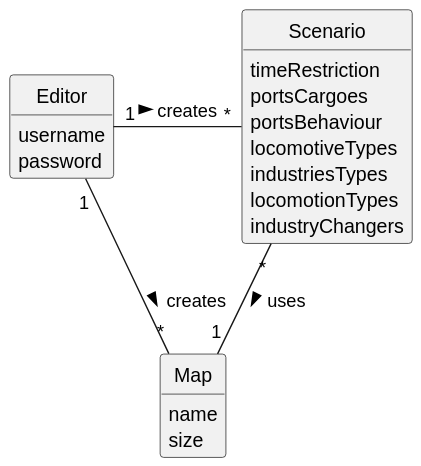
Above: Sprint2/US004/02.analysis/svg/US004-DM.svg in 1240935/pi2-railway-simulator (PlantUML), before the change.
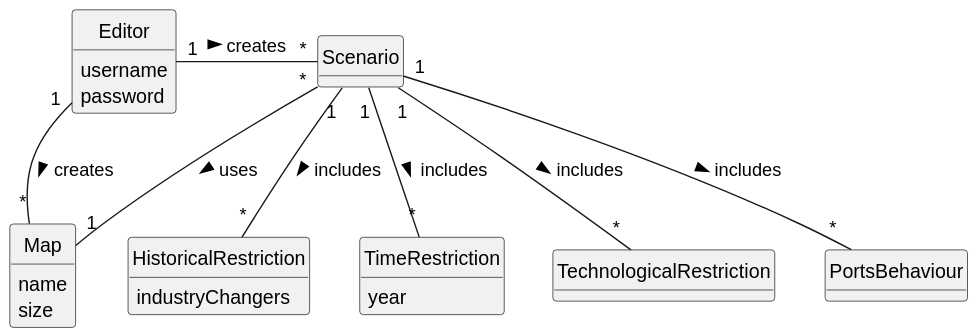
After the commit.

What changed in the source:
```diff
@@ -13,13 +13,6 @@
 }
 
 class Scenario {
-    timeRestriction
-    portsCargoes
-    portsBehaviour
-    locomotiveTypes
-    industriesTypes
-    locomotionTypes
-    industryChangers
 }
 
 class Editor {
@@ -27,7 +20,25 @@
     password
 }
 
+class HistoricalRestriction{
+    industryChangers
+}
+
+class TimeRestriction{
+    year
+}
+
+class TechnologicalRestriction{
+}
+
+class PortsBehaviour{
+}
+
 Editor "1" - "*" Map : creates >
 Editor "1" - "*" Scenario : creates >
 Scenario "*" -- "1" Map : uses >
+Scenario "1" -- "*" HistoricalRestriction: includes >
+Scenario "1" -- "*" TechnologicalRestriction: includes >
+Scenario "1" -- "*" TimeRestriction: includes >
+Scenario "1" -- "*" PortsBehaviour: includes >
 @enduml
```
